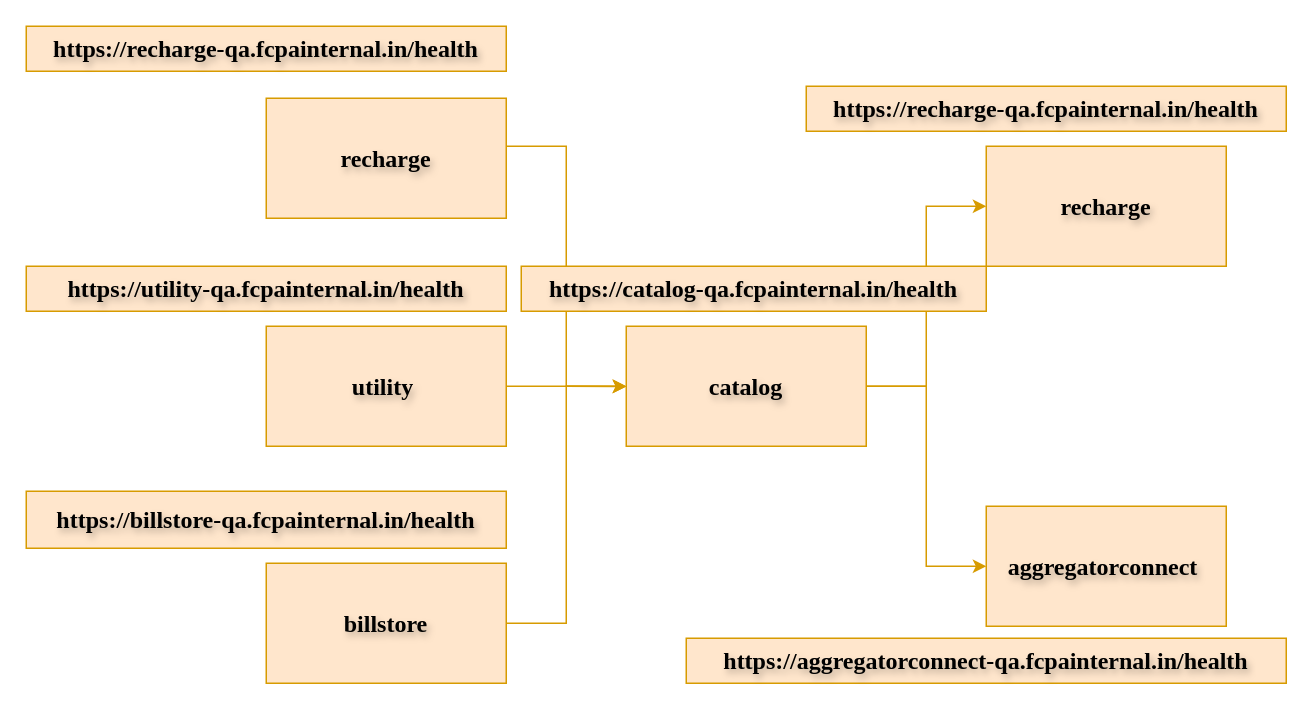
Before: catalog.drawio in vikash-one/pa-services, a draw.io diagram. Source tidied: cells renumbered, new cells numbered last; positions are measured from the earlier drawing's top-left corner, leaving out a move shared by most shapes. Both pictures are drawn from the tidied source at 150%, with x=0, y=0 at pixel (26, 26).
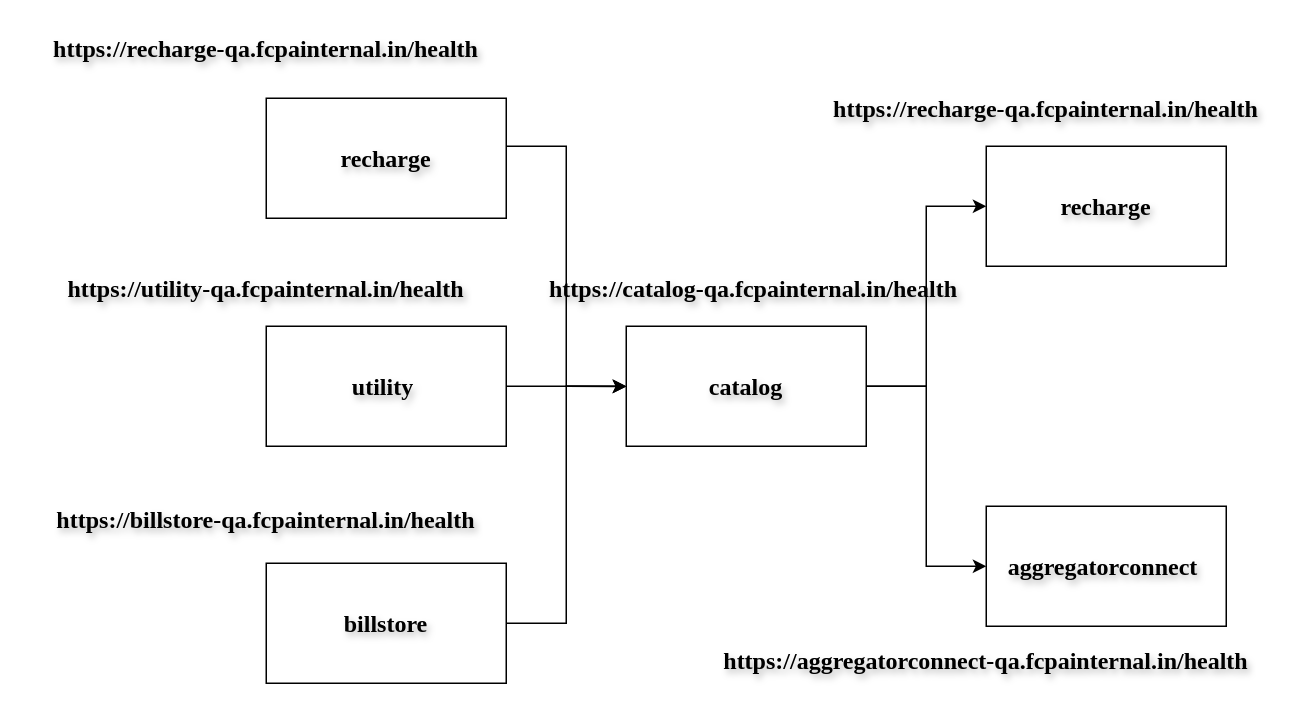
The same diagram, later.

The edit, as a diff of the source:
```diff
@@
-    <mxCell id="2" style="edgeStyle=orthogonalEdgeStyle;rounded=0;jettySize=auto;html=1;exitX=1;exitY=0.5;exitDx=0;exitDy=0;entryX=0;entryY=0.5;entryDx=0;entryDy=0;fontStyle=1;fontSize=16;labelBackgroundColor=none;fontColor=default;fontFamily=Times New Roman;textShadow=1;fillColor=#ffe6cc;strokeColor=#d79b00;" parent="1" edge="1" source="3" target="10">
+    <mxCell id="2" style="edgeStyle=orthogonalEdgeStyle;rounded=0;jettySize=auto;html=1;exitX=1;exitY=0.5;exitDx=0;exitDy=0;entryX=0;entryY=0.5;entryDx=0;entryDy=0;fontStyle=1;fontSize=16;labelBackgroundColor=none;fontColor=default;fontFamily=Times New Roman;textShadow=1;" parent="1" edge="1" source="3" target="10">
       <mxGeometry relative="1" as="geometry">
         <Array as="points">
           <mxPoint x="320" y="80" />
           <mxPoint x="360" y="80" />
           <mxPoint x="360" y="240" />
         </Array>
       </mxGeometry>
     </mxCell>
-    <mxCell id="3" value="recharge" style="rounded=0;whiteSpace=wrap;html=1;fontStyle=1;fontSize=16;labelBackgroundColor=none;fontFamily=Times New Roman;textShadow=1;fillColor=#ffe6cc;strokeColor=#d79b00;" parent="1" vertex="1">
+    <mxCell id="3" value="recharge" style="rounded=0;whiteSpace=wrap;html=1;fontStyle=1;fontSize=16;labelBackgroundColor=none;fontFamily=Times New Roman;textShadow=1;" parent="1" vertex="1">
       <mxGeometry x="160" y="48" width="160" height="80" as="geometry" />
     </mxCell>
-    <mxCell id="4" style="edgeStyle=orthogonalEdgeStyle;rounded=0;jettySize=auto;html=1;exitX=1;exitY=0.5;exitDx=0;exitDy=0;fontStyle=1;fontSize=16;labelBackgroundColor=none;fontColor=default;fontFamily=Times New Roman;textShadow=1;fillColor=#ffe6cc;strokeColor=#d79b00;" parent="1" edge="1" source="5">
+    <mxCell id="4" style="edgeStyle=orthogonalEdgeStyle;rounded=0;jettySize=auto;html=1;exitX=1;exitY=0.5;exitDx=0;exitDy=0;fontStyle=1;fontSize=16;labelBackgroundColor=none;fontColor=default;fontFamily=Times New Roman;textShadow=1;" parent="1" edge="1" source="5">
       <mxGeometry relative="1" as="geometry">
         <mxPoint x="400" y="240.3" as="targetPoint" />
       </mxGeometry>
     </mxCell>
-    <mxCell id="5" value="utility&amp;nbsp;" style="rounded=0;whiteSpace=wrap;html=1;fontStyle=1;fontSize=16;labelBackgroundColor=none;fontFamily=Times New Roman;textShadow=1;fillColor=#ffe6cc;strokeColor=#d79b00;" parent="1" vertex="1">
+    <mxCell id="5" value="utility&amp;nbsp;" style="rounded=0;whiteSpace=wrap;html=1;fontStyle=1;fontSize=16;labelBackgroundColor=none;fontFamily=Times New Roman;textShadow=1;" parent="1" vertex="1">
       <mxGeometry x="160" y="200" width="160" height="80" as="geometry" />
     </mxCell>
-    <mxCell id="6" style="edgeStyle=orthogonalEdgeStyle;rounded=0;jettySize=auto;html=1;exitX=1;exitY=0.5;exitDx=0;exitDy=0;entryX=0;entryY=0.5;entryDx=0;entryDy=0;fontFamily=Times New Roman;fontSize=16;fontStyle=1;textShadow=1;fillColor=#ffe6cc;strokeColor=#d79b00;" parent="1" edge="1" source="7" target="10">
+    <mxCell id="6" style="edgeStyle=orthogonalEdgeStyle;rounded=0;jettySize=auto;html=1;exitX=1;exitY=0.5;exitDx=0;exitDy=0;entryX=0;entryY=0.5;entryDx=0;entryDy=0;fontFamily=Times New Roman;fontSize=16;fontStyle=1;textShadow=1;" parent="1" edge="1" source="7" target="10">
       <mxGeometry relative="1" as="geometry" />
     </mxCell>
-    <mxCell id="7" value="billstore" style="rounded=0;whiteSpace=wrap;html=1;fontStyle=1;fontSize=16;labelBackgroundColor=none;fontFamily=Times New Roman;textShadow=1;fillColor=#ffe6cc;strokeColor=#d79b00;" parent="1" vertex="1">
+    <mxCell id="7" value="billstore" style="rounded=0;whiteSpace=wrap;html=1;fontStyle=1;fontSize=16;labelBackgroundColor=none;fontFamily=Times New Roman;textShadow=1;" parent="1" vertex="1">
       <mxGeometry x="160" y="358" width="160" height="80" as="geometry" />
     </mxCell>
-    <mxCell id="8" style="edgeStyle=orthogonalEdgeStyle;rounded=0;jettySize=auto;html=1;entryX=0;entryY=0.5;entryDx=0;entryDy=0;fontStyle=1;fontSize=16;labelBackgroundColor=none;fontColor=default;fontFamily=Times New Roman;textShadow=1;fillColor=#ffe6cc;strokeColor=#d79b00;" parent="1" edge="1" source="10" target="11">
+    <mxCell id="8" style="edgeStyle=orthogonalEdgeStyle;rounded=0;jettySize=auto;html=1;entryX=0;entryY=0.5;entryDx=0;entryDy=0;fontStyle=1;fontSize=16;labelBackgroundColor=none;fontColor=default;fontFamily=Times New Roman;textShadow=1;" parent="1" edge="1" source="10" target="11">
       <mxGeometry relative="1" as="geometry">
         <Array as="points">
           <mxPoint x="600" y="240" />
           <mxPoint x="600" y="120" />
         </Array>
       </mxGeometry>
     </mxCell>
-    <mxCell id="9" style="edgeStyle=orthogonalEdgeStyle;rounded=0;jettySize=auto;html=1;exitX=1;exitY=0.5;exitDx=0;exitDy=0;entryX=0;entryY=0.5;entryDx=0;entryDy=0;fontStyle=1;fontSize=16;labelBackgroundColor=none;fontColor=default;fontFamily=Times New Roman;textShadow=1;fillColor=#ffe6cc;strokeColor=#d79b00;" parent="1" edge="1" source="10" target="12">
+    <mxCell id="9" style="edgeStyle=orthogonalEdgeStyle;rounded=0;jettySize=auto;html=1;exitX=1;exitY=0.5;exitDx=0;exitDy=0;entryX=0;entryY=0.5;entryDx=0;entryDy=0;fontStyle=1;fontSize=16;labelBackgroundColor=none;fontColor=default;fontFamily=Times New Roman;textShadow=1;" parent="1" edge="1" source="10" target="12">
       <mxGeometry relative="1" as="geometry">
         <Array as="points">
           <mxPoint x="600" y="240" />
           <mxPoint x="600" y="360" />
         </Array>
       </mxGeometry>
     </mxCell>
-    <mxCell id="10" value="catalog" style="rounded=0;whiteSpace=wrap;html=1;fontStyle=1;fontSize=16;labelBackgroundColor=none;fontFamily=Times New Roman;textShadow=1;fillColor=#ffe6cc;strokeColor=#d79b00;" parent="1" vertex="1">
+    <mxCell id="10" value="catalog" style="rounded=0;whiteSpace=wrap;html=1;fontStyle=1;fontSize=16;labelBackgroundColor=none;fontFamily=Times New Roman;textShadow=1;" parent="1" vertex="1">
       <mxGeometry x="400" y="200" width="160" height="80" as="geometry" />
     </mxCell>
-    <mxCell id="11" value="recharge" style="rounded=0;whiteSpace=wrap;html=1;fontStyle=1;fontSize=16;labelBackgroundColor=none;fontFamily=Times New Roman;textShadow=1;fillColor=#ffe6cc;strokeColor=#d79b00;" parent="1" vertex="1">
+    <mxCell id="11" value="recharge" style="rounded=0;whiteSpace=wrap;html=1;fontStyle=1;fontSize=16;labelBackgroundColor=none;fontFamily=Times New Roman;textShadow=1;" parent="1" vertex="1">
       <mxGeometry x="640" y="80" width="160" height="80" as="geometry" />
     </mxCell>
-    <mxCell id="12" value="aggregatorconnect&amp;nbsp;" style="rounded=0;whiteSpace=wrap;html=1;fontStyle=1;fontSize=16;labelBackgroundColor=none;fontFamily=Times New Roman;textShadow=1;fillColor=#ffe6cc;strokeColor=#d79b00;" parent="1" vertex="1">
+    <mxCell id="12" value="aggregatorconnect&amp;nbsp;" style="rounded=0;whiteSpace=wrap;html=1;fontStyle=1;fontSize=16;labelBackgroundColor=none;fontFamily=Times New Roman;textShadow=1;" parent="1" vertex="1">
       <mxGeometry x="640" y="320" width="160" height="80" as="geometry" />
     </mxCell>
-    <mxCell id="13" value="https://recharge-qa.fcpainternal.in/health" style="text;html=1;align=center;verticalAlign=middle;whiteSpace=wrap;rounded=0;fontStyle=1;fontSize=16;labelBackgroundColor=none;fontFamily=Times New Roman;textShadow=1;fillColor=#ffe6cc;strokeColor=#d79b00;" parent="1" vertex="1">
+    <mxCell id="13" value="https://recharge-qa.fcpainternal.in/health" style="text;html=1;align=center;verticalAlign=middle;whiteSpace=wrap;rounded=0;fontStyle=1;fontSize=16;labelBackgroundColor=none;fontFamily=Times New Roman;textShadow=1;" parent="1" vertex="1">
       <mxGeometry width="320" height="30" as="geometry" />
     </mxCell>
-    <mxCell id="14" value="https://utility-qa.fcpainternal.in/health" style="text;html=1;align=center;verticalAlign=middle;whiteSpace=wrap;rounded=0;fontStyle=1;fontSize=16;labelBackgroundColor=none;fontFamily=Times New Roman;textShadow=1;fillColor=#ffe6cc;strokeColor=#d79b00;" parent="1" vertex="1">
+    <mxCell id="14" value="https://utility-qa.fcpainternal.in/health" style="text;html=1;align=center;verticalAlign=middle;whiteSpace=wrap;rounded=0;fontStyle=1;fontSize=16;labelBackgroundColor=none;fontFamily=Times New Roman;textShadow=1;" parent="1" vertex="1">
       <mxGeometry y="160" width="320" height="30" as="geometry" />
     </mxCell>
-    <mxCell id="15" value="https://billstore-qa.fcpainternal.in/health" style="text;html=1;align=center;verticalAlign=middle;whiteSpace=wrap;rounded=0;fontStyle=1;fontSize=16;labelBackgroundColor=none;fontFamily=Times New Roman;textShadow=1;fillColor=#ffe6cc;strokeColor=#d79b00;" parent="1" vertex="1">
+    <mxCell id="15" value="https://billstore-qa.fcpainternal.in/health" style="text;html=1;align=center;verticalAlign=middle;whiteSpace=wrap;rounded=0;fontStyle=1;fontSize=16;labelBackgroundColor=none;fontFamily=Times New Roman;textShadow=1;" parent="1" vertex="1">
       <mxGeometry y="310" width="320" height="38" as="geometry" />
     </mxCell>
-    <mxCell id="16" value="https://catalog-qa.fcpainternal.in/health" style="text;html=1;align=center;verticalAlign=middle;whiteSpace=wrap;rounded=0;fontStyle=1;fontSize=16;labelBackgroundColor=none;fontFamily=Times New Roman;textShadow=1;fillColor=#ffe6cc;strokeColor=#d79b00;" parent="1" vertex="1">
+    <mxCell id="16" value="https://catalog-qa.fcpainternal.in/health" style="text;html=1;align=center;verticalAlign=middle;whiteSpace=wrap;rounded=0;fontStyle=1;fontSize=16;labelBackgroundColor=none;fontFamily=Times New Roman;textShadow=1;" parent="1" vertex="1">
       <mxGeometry x="330" y="160" width="310" height="30" as="geometry" />
     </mxCell>
-    <mxCell id="17" value="https://recharge-qa.fcpainternal.in/health" style="text;html=1;align=center;verticalAlign=middle;whiteSpace=wrap;rounded=0;fontStyle=1;fontSize=16;labelBackgroundColor=none;fontFamily=Times New Roman;textShadow=1;fillColor=#ffe6cc;strokeColor=#d79b00;" parent="1" vertex="1">
+    <mxCell id="17" value="https://recharge-qa.fcpainternal.in/health" style="text;html=1;align=center;verticalAlign=middle;whiteSpace=wrap;rounded=0;fontStyle=1;fontSize=16;labelBackgroundColor=none;fontFamily=Times New Roman;textShadow=1;" parent="1" vertex="1">
       <mxGeometry x="520" y="40" width="320" height="30" as="geometry" />
     </mxCell>
-    <mxCell id="18" value="https://aggregatorconnect-qa.fcpainternal.in/health" style="text;html=1;align=center;verticalAlign=middle;whiteSpace=wrap;rounded=0;fontStyle=1;fontSize=16;labelBackgroundColor=none;fontFamily=Times New Roman;textShadow=1;fillColor=#ffe6cc;strokeColor=#d79b00;" parent="1" vertex="1">
+    <mxCell id="18" value="https://aggregatorconnect-qa.fcpainternal.in/health" style="text;html=1;align=center;verticalAlign=middle;whiteSpace=wrap;rounded=0;fontStyle=1;fontSize=16;labelBackgroundColor=none;fontFamily=Times New Roman;textShadow=1;" parent="1" vertex="1">
       <mxGeometry x="440" y="408" width="400" height="30" as="geometry" />
     </mxCell>
```
